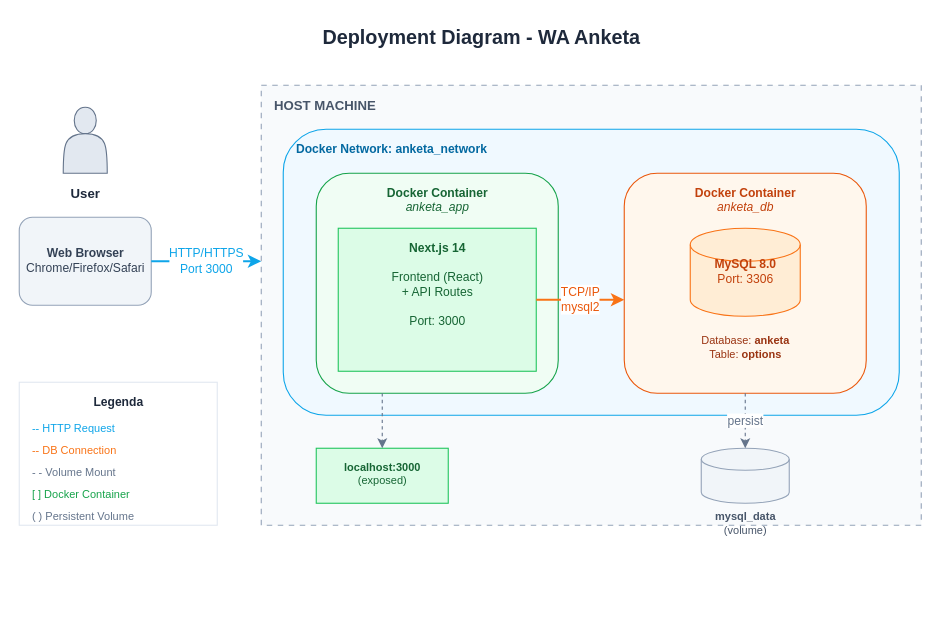
riveerxd/anketa keeps this draw.io diagram as docs/deployment.drawio. Above is the earlier version. Source tidied: cells renumbered, new cells numbered last; positions are measured from the earlier drawing's top-left corner, leaving out a move shared by most shapes. Both pictures are drawn from the tidied source at 110%, with x=0, y=0 at pixel (19, 19).
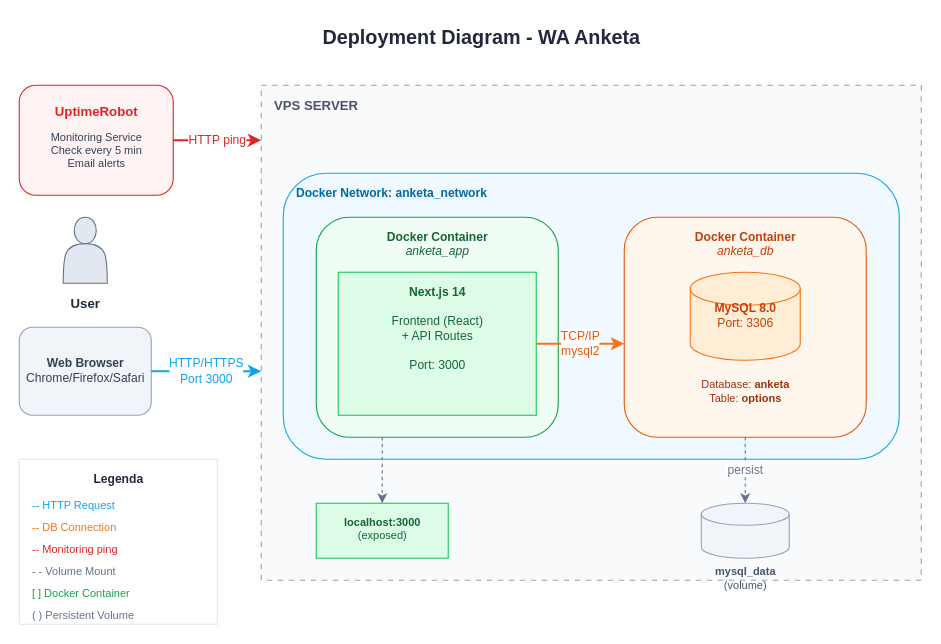
The same diagram, later.

Commit message (it also covers changes not shown here):
Add about page, deployment docs, and monitoring in diagram

The edit, as a diff of the source:
```diff
@@
+    <mxCell id="35" style="rounded=1;whiteSpace=wrap;html=1;strokeColor=#dc2626;fillColor=#fef2f2;" parent="1" vertex="1">
+      <mxGeometry y="60" width="140" height="100" as="geometry" />
+    </mxCell>
+    <mxCell id="36" value="&lt;b&gt;UptimeRobot&lt;/b&gt;" style="text;html=1;strokeColor=none;fillColor=none;align=center;fontSize=12;fontColor=#dc2626;" parent="1" vertex="1">
+      <mxGeometry x="10" y="70" width="120" height="20" as="geometry" />
+    </mxCell>
+    <mxCell id="37" value="Monitoring Service&lt;br&gt;Check every 5 min&lt;br&gt;Email alerts" style="text;html=1;strokeColor=none;fillColor=none;align=center;fontSize=10;fontColor=#334155;" parent="1" vertex="1">
+      <mxGeometry x="10" y="95" width="120" height="55" as="geometry" />
+    </mxCell>
+    <mxCell id="38" value="HTTP ping" style="endArrow=classic;html=1;strokeWidth=2;strokeColor=#dc2626;fontColor=#dc2626;" parent="1" edge="1">
+      <mxGeometry relative="1" as="geometry">
+        <mxPoint x="140" y="110" as="sourcePoint" />
+        <mxPoint x="220" y="110" as="targetPoint" />
+      </mxGeometry>
+    </mxCell>
     <mxCell id="3" style="shape=actor;whiteSpace=wrap;html=1;fillColor=#e2e8f0;strokeColor=#64748b;" parent="1" vertex="1">
-      <mxGeometry x="40" y="80" width="40" height="60" as="geometry" />
+      <mxGeometry x="40" y="180" width="40" height="60" as="geometry" />
     </mxCell>
     <mxCell id="4" value="&lt;b&gt;User&lt;/b&gt;" style="text;html=1;strokeColor=none;fillColor=none;align=center;fontSize=12;fontColor=#1e293b;" parent="1" vertex="1">
-      <mxGeometry x="20" y="145" width="80" height="20" as="geometry" />
+      <mxGeometry x="20" y="245" width="80" height="20" as="geometry" />
     </mxCell>
     <mxCell id="5" style="rounded=1;whiteSpace=wrap;html=1;strokeColor=#94a3b8;fillColor=#f1f5f9;" parent="1" vertex="1">
-      <mxGeometry y="180" width="120" height="80" as="geometry" />
+      <mxGeometry y="280" width="120" height="80" as="geometry" />
     </mxCell>
     <mxCell id="6" value="&lt;b&gt;Web Browser&lt;/b&gt;&lt;br&gt;Chrome/Firefox/Safari" style="text;html=1;strokeColor=none;fillColor=none;align=center;fontSize=11;fontColor=#334155;" parent="1" vertex="1">
-      <mxGeometry x="5" y="200" width="110" height="40" as="geometry" />
+      <mxGeometry x="5" y="300" width="110" height="40" as="geometry" />
     </mxCell>
     <mxCell id="7" value="HTTP/HTTPS&lt;br&gt;Port 3000" style="endArrow=classic;html=1;exitX=1;exitY=0.5;entryX=0;entryY=0.25;strokeWidth=2;strokeColor=#0ea5e9;fontColor=#0ea5e9;" parent="1" edge="1">
       <mxGeometry relative="1" as="geometry">
-        <mxPoint x="120" y="220" as="sourcePoint" />
-        <mxPoint x="220" y="220" as="targetPoint" />
+        <mxPoint x="120" y="320" as="sourcePoint" />
+        <mxPoint x="220" y="320" as="targetPoint" />
       </mxGeometry>
     </mxCell>
     <mxCell id="8" style="rounded=0;whiteSpace=wrap;html=1;strokeColor=#94a3b8;fillColor=#f8fafc;dashed=1;dashPattern=5 5;" parent="1" vertex="1">
-      <mxGeometry x="220" y="60" width="600" height="400" as="geometry" />
+      <mxGeometry x="220" y="60" width="600" height="450" as="geometry" />
     </mxCell>
-    <mxCell id="9" value="&lt;b&gt;HOST MACHINE&lt;/b&gt;" style="text;html=1;strokeColor=none;fillColor=none;align=left;fontSize=12;fontColor=#475569;" parent="1" vertex="1">
+    <mxCell id="9" value="&lt;b&gt;VPS SERVER&lt;/b&gt;" style="text;html=1;strokeColor=none;fillColor=none;align=left;fontSize=12;fontColor=#475569;" parent="1" vertex="1">
       <mxGeometry x="230" y="65" width="150" height="20" as="geometry" />
     </mxCell>
     <mxCell id="10" style="rounded=1;whiteSpace=wrap;html=1;strokeColor=#0ea5e9;fillColor=#f0f9ff;" parent="1" vertex="1">
-      <mxGeometry x="240" y="100" width="560" height="260" as="geometry" />
+      <mxGeometry x="240" y="140" width="560" height="260" as="geometry" />
     </mxCell>
     <mxCell id="11" value="&lt;b&gt;Docker Network: anketa_network&lt;/b&gt;" style="text;html=1;strokeColor=none;fillColor=none;align=left;fontSize=11;fontColor=#0369a1;" parent="1" vertex="1">
-      <mxGeometry x="250" y="105" width="220" height="20" as="geometry" />
+      <mxGeometry x="250" y="145" width="220" height="20" as="geometry" />
     </mxCell>
     <mxCell id="12" style="rounded=1;whiteSpace=wrap;html=1;strokeColor=#16a34a;fillColor=#f0fdf4;" parent="1" vertex="1">
-      <mxGeometry x="270" y="140" width="220" height="200" as="geometry" />
+      <mxGeometry x="270" y="180" width="220" height="200" as="geometry" />
     </mxCell>
     <mxCell id="13" value="&lt;b&gt;Docker Container&lt;/b&gt;&lt;br&gt;&lt;i&gt;anketa_app&lt;/i&gt;" style="text;html=1;strokeColor=none;fillColor=none;align=center;fontSize=11;fontColor=#166534;" parent="1" vertex="1">
-      <mxGeometry x="310" y="145" width="140" height="35" as="geometry" />
+      <mxGeometry x="310" y="185" width="140" height="35" as="geometry" />
     </mxCell>
     <mxCell id="14" style="rounded=0;whiteSpace=wrap;html=1;strokeColor=#22c55e;fillColor=#dcfce7;" parent="1" vertex="1">
-      <mxGeometry x="290" y="190" width="180" height="130" as="geometry" />
+      <mxGeometry x="290" y="230" width="180" height="130" as="geometry" />
     </mxCell>
     <mxCell id="15" value="&lt;b&gt;Next.js 14&lt;/b&gt;&lt;br&gt;&lt;br&gt;Frontend (React)&lt;br&gt;+ API Routes&lt;br&gt;&lt;br&gt;Port: 3000" style="text;html=1;strokeColor=none;fillColor=none;align=center;fontSize=11;fontColor=#166534;" parent="1" vertex="1">
-      <mxGeometry x="300" y="195" width="160" height="120" as="geometry" />
+      <mxGeometry x="300" y="235" width="160" height="120" as="geometry" />
     </mxCell>
     <mxCell id="16" style="rounded=1;whiteSpace=wrap;html=1;strokeColor=#ea580c;fillColor=#fff7ed;" parent="1" vertex="1">
-      <mxGeometry x="550" y="140" width="220" height="200" as="geometry" />
+      <mxGeometry x="550" y="180" width="220" height="200" as="geometry" />
     </mxCell>
     <mxCell id="17" value="&lt;b&gt;Docker Container&lt;/b&gt;&lt;br&gt;&lt;i&gt;anketa_db&lt;/i&gt;" style="text;html=1;strokeColor=none;fillColor=none;align=center;fontSize=11;fontColor=#c2410c;" parent="1" vertex="1">
-      <mxGeometry x="590" y="145" width="140" height="35" as="geometry" />
+      <mxGeometry x="590" y="185" width="140" height="35" as="geometry" />
     </mxCell>
     <mxCell id="18" style="shape=cylinder3;whiteSpace=wrap;html=1;boundedLbl=1;backgroundOutline=1;size=15;strokeColor=#f97316;fillColor=#ffedd5;" parent="1" vertex="1">
-      <mxGeometry x="610" y="190" width="100" height="80" as="geometry" />
+      <mxGeometry x="610" y="230" width="100" height="80" as="geometry" />
     </mxCell>
     <mxCell id="19" value="&lt;b&gt;MySQL 8.0&lt;/b&gt;&lt;br&gt;Port: 3306" style="text;html=1;strokeColor=none;fillColor=none;align=center;fontSize=11;fontColor=#c2410c;" parent="1" vertex="1">
-      <mxGeometry x="610" y="210" width="100" height="40" as="geometry" />
+      <mxGeometry x="610" y="250" width="100" height="40" as="geometry" />
     </mxCell>
     <mxCell id="20" value="Database: &lt;b&gt;anketa&lt;/b&gt;&lt;br&gt;Table: &lt;b&gt;options&lt;/b&gt;" style="text;html=1;strokeColor=none;fillColor=none;align=center;fontSize=10;fontColor=#9a3412;" parent="1" vertex="1">
-      <mxGeometry x="600" y="280" width="120" height="30" as="geometry" />
+      <mxGeometry x="600" y="320" width="120" height="30" as="geometry" />
     </mxCell>
     <mxCell id="21" value="TCP/IP&lt;br&gt;mysql2" style="endArrow=classic;html=1;exitX=1;exitY=0.5;entryX=0;entryY=0.5;strokeWidth=2;strokeColor=#f97316;fontColor=#ea580c;" parent="1" edge="1">
       <mxGeometry relative="1" as="geometry">
-        <mxPoint x="470" y="255" as="sourcePoint" />
-        <mxPoint x="550" y="255" as="targetPoint" />
+        <mxPoint x="470" y="295" as="sourcePoint" />
+        <mxPoint x="550" y="295" as="targetPoint" />
       </mxGeometry>
     </mxCell>
     <mxCell id="22" style="shape=cylinder3;whiteSpace=wrap;html=1;boundedLbl=1;backgroundOutline=1;size=10;strokeColor=#94a3b8;fillColor=#f1f5f9;" parent="1" vertex="1">
-      <mxGeometry x="620" y="390" width="80" height="50" as="geometry" />
+      <mxGeometry x="620" y="440" width="80" height="50" as="geometry" />
     </mxCell>
     <mxCell id="23" value="&lt;b&gt;mysql_data&lt;/b&gt;&lt;br&gt;(volume)" style="text;html=1;strokeColor=none;fillColor=none;align=center;fontSize=10;fontColor=#475569;" parent="1" vertex="1">
-      <mxGeometry x="610" y="440" width="100" height="30" as="geometry" />
+      <mxGeometry x="610" y="490" width="100" height="30" as="geometry" />
     </mxCell>
     <mxCell id="24" value="persist" style="endArrow=classic;html=1;exitX=0.5;exitY=1;entryX=0.5;entryY=0;strokeWidth=1;dashed=1;strokeColor=#64748b;fontColor=#64748b;" parent="1" edge="1">
       <mxGeometry relative="1" as="geometry">
-        <mxPoint x="660" y="340" as="sourcePoint" />
-        <mxPoint x="660" y="390" as="targetPoint" />
+        <mxPoint x="660" y="380" as="sourcePoint" />
+        <mxPoint x="660" y="440" as="targetPoint" />
       </mxGeometry>
     </mxCell>
     <mxCell id="25" style="rounded=0;whiteSpace=wrap;html=1;strokeColor=#22c55e;fillColor=#dcfce7;" parent="1" vertex="1">
-      <mxGeometry x="270" y="390" width="120" height="50" as="geometry" />
+      <mxGeometry x="270" y="440" width="120" height="50" as="geometry" />
     </mxCell>
     <mxCell id="26" value="&lt;b&gt;localhost:3000&lt;/b&gt;&lt;br&gt;(exposed)" style="text;html=1;strokeColor=none;fillColor=none;align=center;fontSize=10;fontColor=#166534;" parent="1" vertex="1">
-      <mxGeometry x="275" y="395" width="110" height="40" as="geometry" />
+      <mxGeometry x="275" y="445" width="110" height="40" as="geometry" />
     </mxCell>
     <mxCell id="27" style="endArrow=classic;html=1;exitX=0.5;exitY=1;entryX=0.5;entryY=0;strokeWidth=1;dashed=1;strokeColor=#64748b;" parent="1" edge="1">
       <mxGeometry relative="1" as="geometry">
-        <mxPoint x="330" y="340" as="sourcePoint" />
-        <mxPoint x="330" y="390" as="targetPoint" />
+        <mxPoint x="330" y="380" as="sourcePoint" />
+        <mxPoint x="330" y="440" as="targetPoint" />
       </mxGeometry>
     </mxCell>
     <mxCell id="28" style="rounded=0;whiteSpace=wrap;html=1;strokeColor=#e2e8f0;fillColor=#ffffff;" parent="1" vertex="1">
-      <mxGeometry y="330" width="180" height="130" as="geometry" />
+      <mxGeometry y="400" width="180" height="150" as="geometry" />
     </mxCell>
     <mxCell id="29" value="&lt;b&gt;Legenda&lt;/b&gt;" style="text;html=1;strokeColor=none;fillColor=none;align=center;fontSize=11;fontColor=#1e293b;" parent="1" vertex="1">
-      <mxGeometry x="50" y="335" width="80" height="20" as="geometry" />
+      <mxGeometry x="50" y="405" width="80" height="20" as="geometry" />
     </mxCell>
     <mxCell id="30" value="-- HTTP Request" style="text;html=1;strokeColor=none;fillColor=none;align=left;fontSize=10;fontColor=#0ea5e9;" parent="1" vertex="1">
-      <mxGeometry x="10" y="360" width="120" height="20" as="geometry" />
+      <mxGeometry x="10" y="430" width="120" height="20" as="geometry" />
     </mxCell>
     <mxCell id="31" value="-- DB Connection" style="text;html=1;strokeColor=none;fillColor=none;align=left;fontSize=10;fontColor=#f97316;" parent="1" vertex="1">
-      <mxGeometry x="10" y="380" width="120" height="20" as="geometry" />
+      <mxGeometry x="10" y="450" width="120" height="20" as="geometry" />
     </mxCell>
-    <mxCell id="32" value="- - Volume Mount" style="text;html=1;strokeColor=none;fillColor=none;align=left;fontSize=10;fontColor=#64748b;" parent="1" vertex="1">
-      <mxGeometry x="10" y="400" width="120" height="20" as="geometry" />
+    <mxCell id="32" value="-- Monitoring ping" style="text;html=1;strokeColor=none;fillColor=none;align=left;fontSize=10;fontColor=#dc2626;" parent="1" vertex="1">
+      <mxGeometry x="10" y="470" width="120" height="20" as="geometry" />
     </mxCell>
-    <mxCell id="33" value="[ ] Docker Container" style="text;html=1;strokeColor=none;fillColor=none;align=left;fontSize=10;fontColor=#16a34a;" parent="1" vertex="1">
-      <mxGeometry x="10" y="420" width="120" height="20" as="geometry" />
+    <mxCell id="33" value="- - Volume Mount" style="text;html=1;strokeColor=none;fillColor=none;align=left;fontSize=10;fontColor=#64748b;" parent="1" vertex="1">
+      <mxGeometry x="10" y="490" width="120" height="20" as="geometry" />
     </mxCell>
-    <mxCell id="34" value="( ) Persistent Volume" style="text;html=1;strokeColor=none;fillColor=none;align=left;fontSize=10;fontColor=#64748b;" parent="1" vertex="1">
-      <mxGeometry x="10" y="440" width="120" height="20" as="geometry" />
+    <mxCell id="34" value="[ ] Docker Container" style="text;html=1;strokeColor=none;fillColor=none;align=left;fontSize=10;fontColor=#16a34a;" parent="1" vertex="1">
+      <mxGeometry x="10" y="510" width="120" height="20" as="geometry" />
     </mxCell>
+    <mxCell id="39" value="( ) Persistent Volume" style="text;html=1;strokeColor=none;fillColor=none;align=left;fontSize=10;fontColor=#64748b;" parent="1" vertex="1">
+      <mxGeometry x="10" y="530" width="120" height="20" as="geometry" />
+    </mxCell>
```
